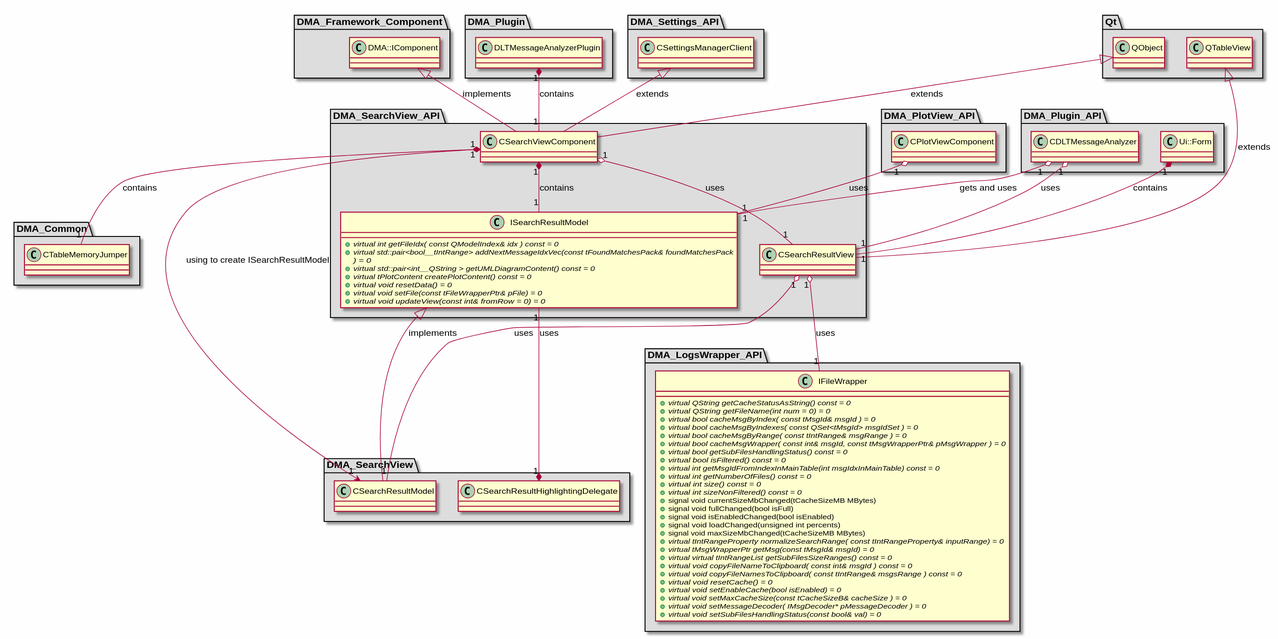
Earlier version of the PlantUML export md/dev_docs/puml/DMA_SearchView_API.svg (svlad-90/DLT-Message-Analyzer).
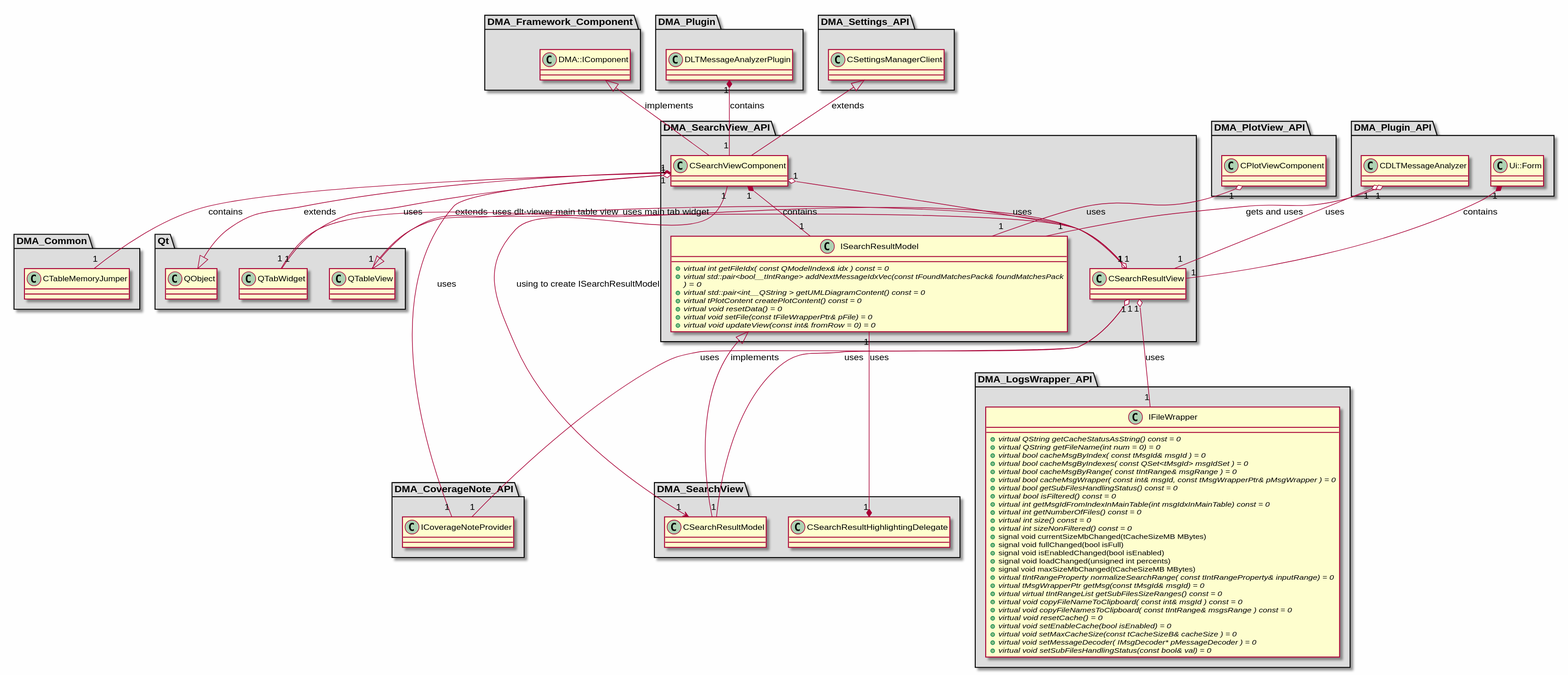
Above is the later version.

Diff of the diagram source:
```diff
@@ -6,6 +6,15 @@
 {
 
 class "CTableMemoryJumper"
+{
+}
+
+}
+
+package "DMA_CoverageNote_API" #DDDDDD
+{
+
+class "ICoverageNoteProvider"
 {
 }
 
@@ -140,6 +149,10 @@
 {
 }
 
+class "QTabWidget"
+{
+}
+
 class "QTableView"
 {
 }
@@ -159,10 +172,15 @@
 Ui::Form "1" *-- "1" CSearchResultView : contains
 CSearchResultHighlightingDelegate "1" *-- "1" ISearchResultModel : uses
 CSearchResultView "1" o-- "1" CSearchResultModel : uses
+CSearchResultView "1" o-- "1" ICoverageNoteProvider : uses
 CSearchResultView "1" o-- "1" IFileWrapper : uses
+CSearchResultView "1" o-- "1" QTabWidget : uses main tab widget
+CSearchResultView "1" o-- "1" QTableView : uses dlt-viewer main table view
 CSearchViewComponent "1" --> "1" CSearchResultModel : using to create ISearchResultModel
 CSearchViewComponent "1" o-- "1" CSearchResultView : uses
 CSearchViewComponent "1" *-- "1" CTableMemoryJumper : contains
+CSearchViewComponent "1" o-- "1" ICoverageNoteProvider : uses
 CSearchViewComponent "1" *-- "1" ISearchResultModel : contains
+CSearchViewComponent "1" o-- "1" QTabWidget : uses
 
 @enduml
```
